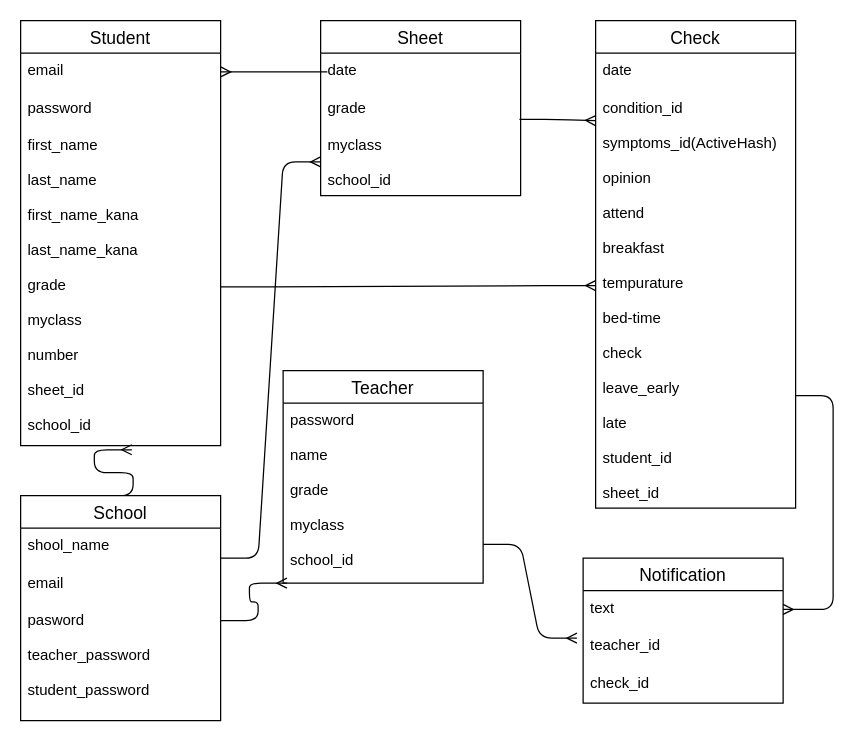
Above: ER.dio in masataku/health_check (draw.io), before the change. Source tidied: cells renumbered, new cells numbered last; positions are measured from the earlier drawing's top-left corner, leaving out a move shared by most shapes. Both pictures are drawn from the tidied source at 125%, with x=0, y=0 at pixel (20, 20).
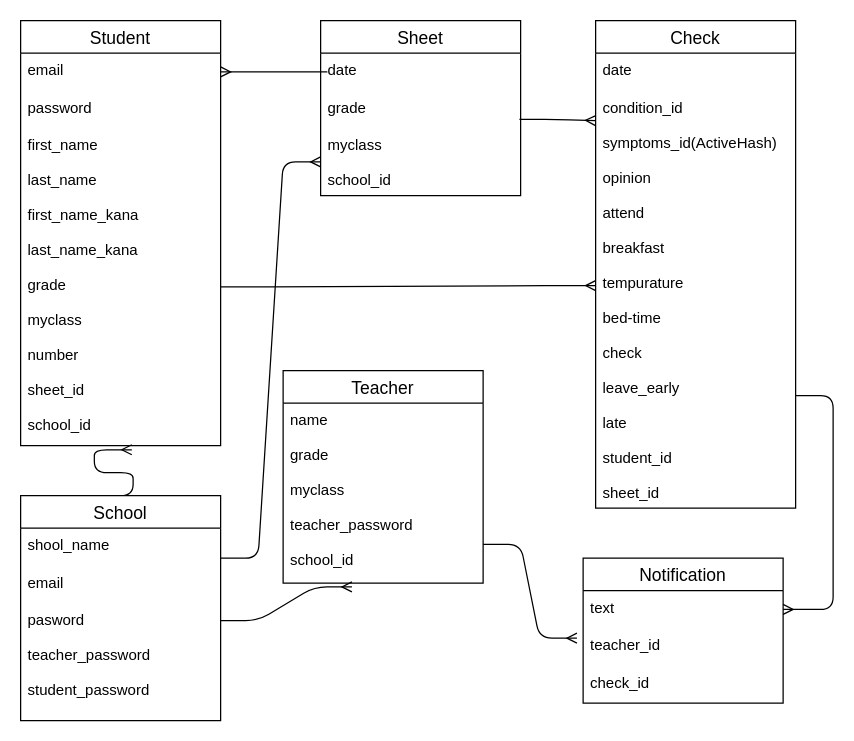
The same page after the edit.

The change refers to these unchanged cells:
```xml
<mxCell id="14" value="Teacher" style="swimlane;fontStyle=0;horizontal=1;startSize=26;align=center;fontSize=14;" parent="1" vertex="1">
  <mxGeometry x="210" y="280" width="160" height="170" as="geometry" />
</mxCell>
```

What changed in the source:
```diff
@@
-    <mxCell id="16" value="password&#10;&#10;name&#10;&#10;grade&#10;&#10;myclass&#10;&#10;school_id" style="text;strokeColor=none;fillColor=none;spacingLeft=4;spacingRight=4;overflow=hidden;points=[[0,0.5],[1,0.5]];portConstraint=eastwest;fontSize=12;" parent="14" vertex="1">
+    <mxCell id="16" value="name&#10;&#10;grade&#10;&#10;myclass&#10;&#10;teacher_password&#10;&#10;school_id" style="text;strokeColor=none;fillColor=none;spacingLeft=4;spacingRight=4;overflow=hidden;points=[[0,0.5],[1,0.5]];portConstraint=eastwest;fontSize=12;" parent="14" vertex="1">
       <mxGeometry y="26" width="160" height="144" as="geometry" />
     </mxCell>
@@
-    <mxCell id="29" style="edgeStyle=entityRelationEdgeStyle;fontSize=12;html=1;endArrow=ERmany;entryX=0.019;entryY=1;entryDx=0;entryDy=0;entryPerimeter=0;" parent="1" edge="1" target="16">
+    <mxCell id="29" style="edgeStyle=entityRelationEdgeStyle;fontSize=12;html=1;endArrow=ERmany;entryX=0.344;entryY=1.021;entryDx=0;entryDy=0;entryPerimeter=0;" parent="1" edge="1" target="16">
       <mxGeometry relative="1" as="geometry">
         <mxPoint x="160" y="480" as="sourcePoint" />
       </mxGeometry>
     </mxCell>
```
